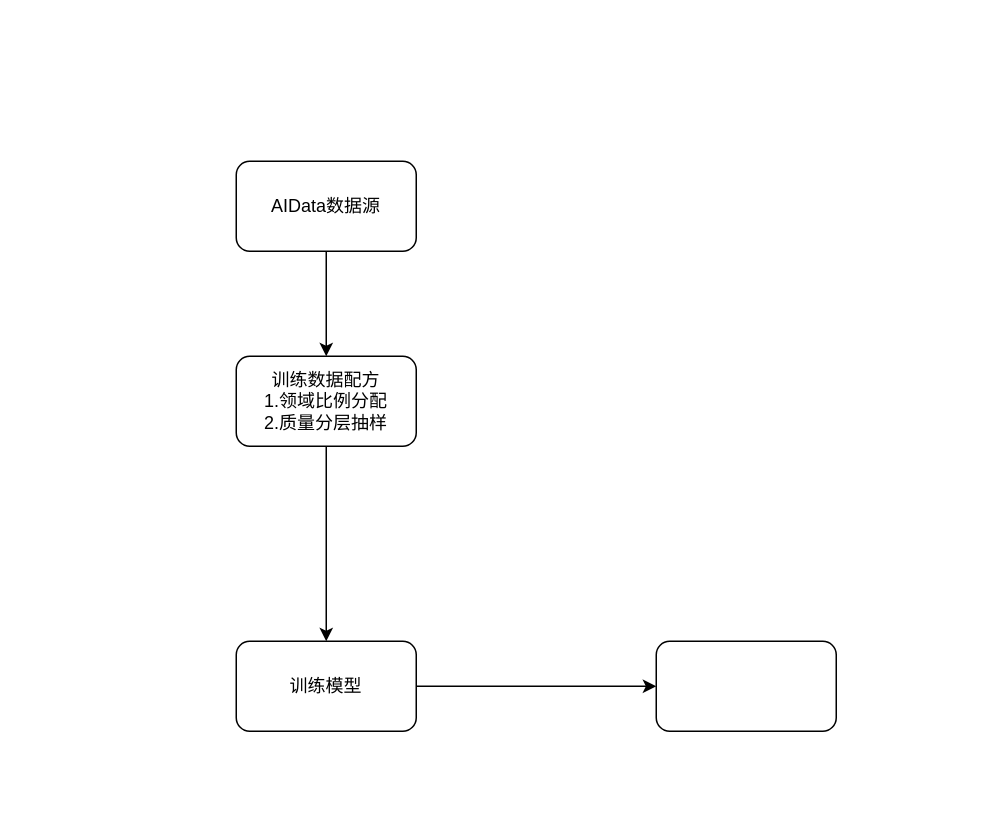
Earlier version of the draw.io diagram 未命名绘图.drawio (jiashenggu/note). Source tidied: cells renumbered, new cells numbered last; positions are measured from the earlier drawing's top-left corner, leaving out a move shared by most shapes. Both pictures are drawn from the tidied source at 150%, with x=0, y=0 at pixel (236, 160).
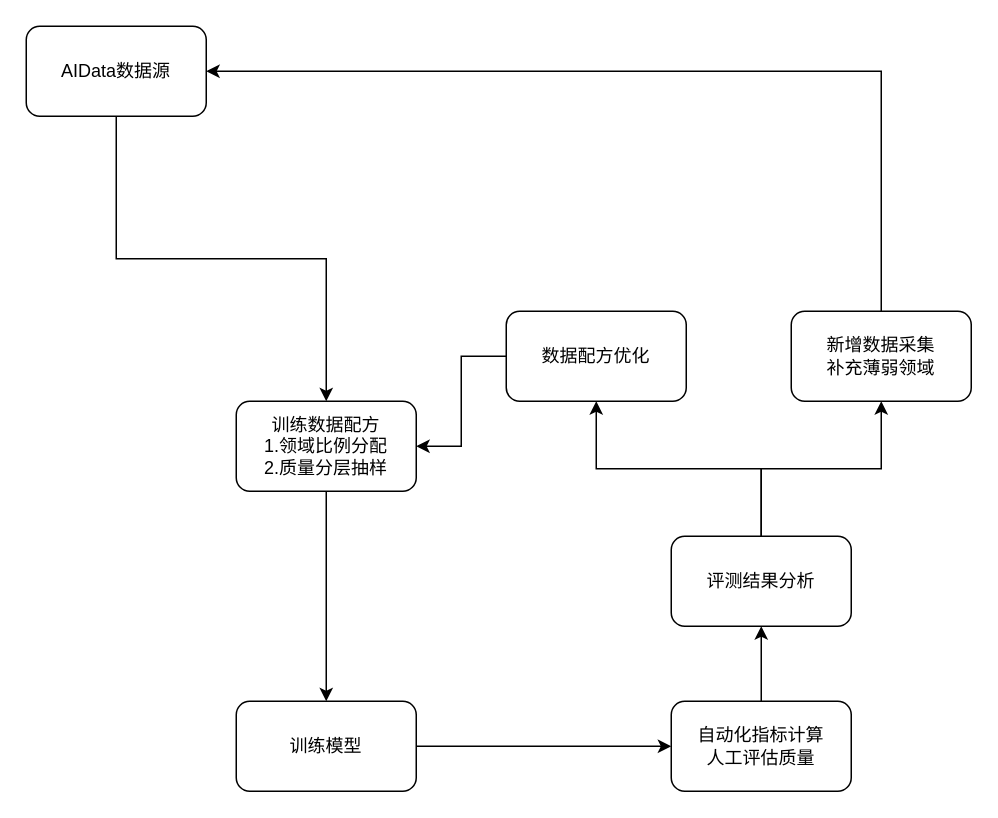
Above is the later version.

Commit message (it also covers changes not shown here):
更新未命名绘图.drawio

Diff of the diagram source:
```diff
@@
 <mxGraphModel>
   <root>
     <mxCell id="0" />
     <mxCell id="1" parent="0" />
-    <mxCell id="2" style="edgeStyle=orthogonalEdgeStyle;rounded=0;jettySize=auto;html=1;" parent="1" edge="1" source="3" target="5">
+    <mxCell id="2" style="edgeStyle=orthogonalEdgeStyle;rounded=0;jettySize=auto;html=1;exitX=0.5;exitY=1;exitDx=0;exitDy=0;entryX=0.5;entryY=0;entryDx=0;entryDy=0;" parent="1" edge="1" source="3" target="5">
       <mxGeometry relative="1" as="geometry" />
     </mxCell>
     <mxCell id="3" value="AIData数据源" style="rounded=1;whiteSpace=wrap;html=1;" parent="1" vertex="1">
-      <mxGeometry width="120" height="60" as="geometry" />
+      <mxGeometry x="-140" y="-90" width="120" height="60" as="geometry" />
     </mxCell>
-    <mxCell id="4" style="edgeStyle=orthogonalEdgeStyle;rounded=0;jettySize=auto;html=1;" parent="1" edge="1" source="5">
-      <mxGeometry relative="1" as="geometry">
-        <mxPoint x="60" y="320" as="targetPoint" />
-      </mxGeometry>
+    <mxCell id="4" style="edgeStyle=orthogonalEdgeStyle;rounded=0;jettySize=auto;html=1;entryX=0.5;entryY=0;entryDx=0;entryDy=0;" parent="1" edge="1" source="5" target="7">
+      <mxGeometry relative="1" as="geometry" />
     </mxCell>
     <mxCell id="5" value="训练数据配方&lt;div&gt;1.领域比例分配&lt;/div&gt;&lt;div&gt;2.质量分层抽样&lt;/div&gt;" style="rounded=1;whiteSpace=wrap;html=1;" parent="1" vertex="1">
-      <mxGeometry y="130" width="120" height="60" as="geometry" />
+      <mxGeometry y="160" width="120" height="60" as="geometry" />
     </mxCell>
-    <mxCell id="6" style="edgeStyle=orthogonalEdgeStyle;rounded=0;jettySize=auto;html=1;" parent="1" edge="1" source="7">
-      <mxGeometry relative="1" as="geometry">
-        <mxPoint x="280" y="350" as="targetPoint" />
-      </mxGeometry>
+    <mxCell id="6" style="edgeStyle=orthogonalEdgeStyle;rounded=0;jettySize=auto;html=1;entryX=0;entryY=0.5;entryDx=0;entryDy=0;" parent="1" edge="1" source="7" target="8">
+      <mxGeometry relative="1" as="geometry" />
     </mxCell>
     <mxCell id="7" value="训练模型" style="rounded=1;whiteSpace=wrap;html=1;" parent="1" vertex="1">
-      <mxGeometry y="320" width="120" height="60" as="geometry" />
+      <mxGeometry y="360" width="120" height="60" as="geometry" />
     </mxCell>
+    <mxCell id="9" style="edgeStyle=orthogonalEdgeStyle;rounded=0;jettySize=auto;html=1;entryX=0.5;entryY=1;entryDx=0;entryDy=0;" parent="1" edge="1" source="8" target="12">
+      <mxGeometry relative="1" as="geometry" />
+    </mxCell>
-    <mxCell id="8" style="rounded=1;whiteSpace=wrap;html=1;" parent="1" vertex="1">
-      <mxGeometry x="280" y="320" width="120" height="60" as="geometry" />
+    <mxCell id="8" value="自动化指标计算&lt;br&gt;&lt;div&gt;人工评估质量&lt;/div&gt;" style="rounded=1;whiteSpace=wrap;html=1;" parent="1" vertex="1">
+      <mxGeometry x="290" y="360" width="120" height="60" as="geometry" />
     </mxCell>
+    <mxCell id="10" style="edgeStyle=orthogonalEdgeStyle;rounded=0;jettySize=auto;html=1;entryX=0.5;entryY=1;entryDx=0;entryDy=0;" parent="1" edge="1" source="12" target="14">
+      <mxGeometry relative="1" as="geometry" />
+    </mxCell>
+    <mxCell id="11" style="edgeStyle=orthogonalEdgeStyle;rounded=0;jettySize=auto;html=1;exitX=0.5;exitY=0;exitDx=0;exitDy=0;" parent="1" edge="1" source="12" target="16">
+      <mxGeometry relative="1" as="geometry" />
+    </mxCell>
+    <mxCell id="12" value="评测结果分析" style="rounded=1;whiteSpace=wrap;html=1;" parent="1" vertex="1">
+      <mxGeometry x="290" y="250" width="120" height="60" as="geometry" />
+    </mxCell>
+    <mxCell id="13" style="edgeStyle=orthogonalEdgeStyle;rounded=0;jettySize=auto;html=1;entryX=1;entryY=0.5;entryDx=0;entryDy=0;" parent="1" edge="1" source="14" target="5">
+      <mxGeometry relative="1" as="geometry" />
+    </mxCell>
+    <mxCell id="14" value="数据配方优化" style="rounded=1;whiteSpace=wrap;html=1;" parent="1" vertex="1">
+      <mxGeometry x="180" y="100" width="120" height="60" as="geometry" />
+    </mxCell>
+    <mxCell id="15" style="edgeStyle=orthogonalEdgeStyle;rounded=0;jettySize=auto;html=1;entryX=1;entryY=0.5;entryDx=0;entryDy=0;exitX=0.5;exitY=0;exitDx=0;exitDy=0;" parent="1" edge="1" source="16" target="3">
+      <mxGeometry relative="1" as="geometry" />
+    </mxCell>
+    <mxCell id="16" value="新增数据采集&lt;div&gt;补充薄弱领域&lt;/div&gt;" style="rounded=1;whiteSpace=wrap;html=1;" parent="1" vertex="1">
+      <mxGeometry x="370" y="100" width="120" height="60" as="geometry" />
+    </mxCell>
   </root>
 </mxGraphModel>
```
